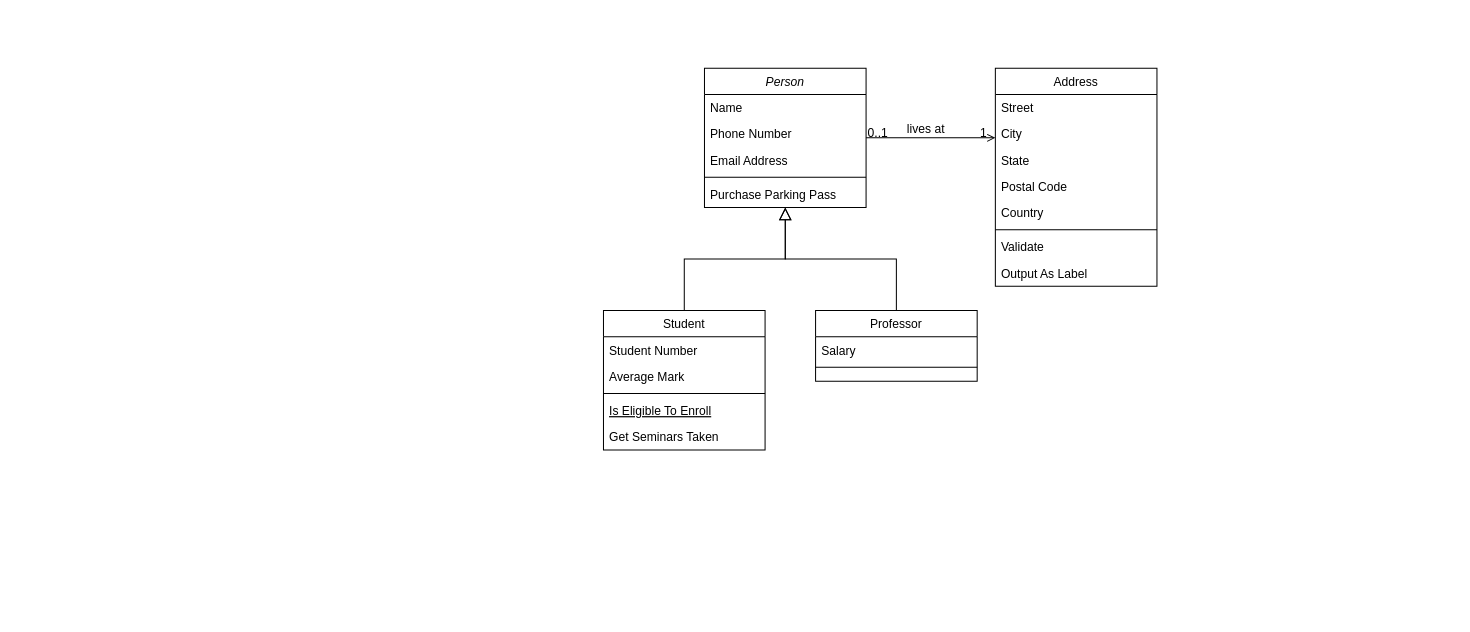
This is diag clases.drawio from KeiKurono96/Experiencias3, a draw.io file, before an edit. Source tidied: cells renumbered, new cells numbered last; positions are measured from the earlier drawing's top-left corner, leaving out a move shared by most shapes. Both pictures are drawn from the tidied source at 101%, with x=0, y=0 at pixel (603, 68).
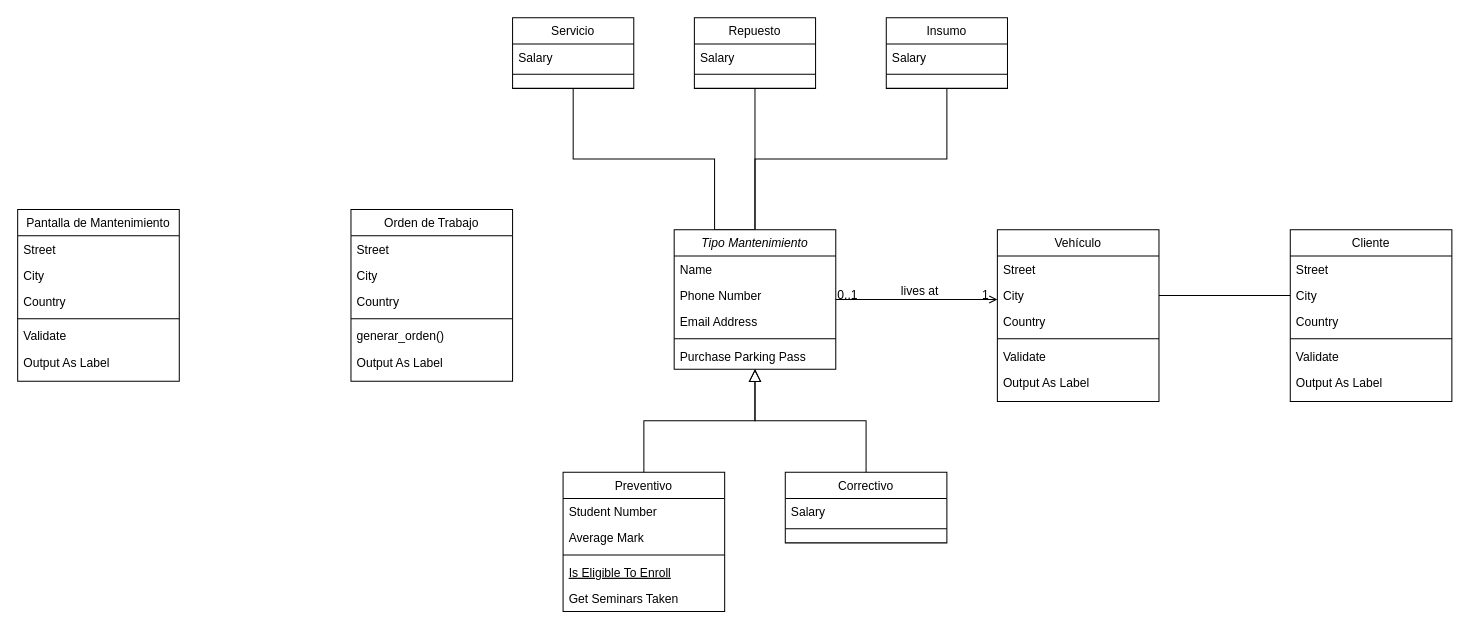
After the change.

The change refers to these unchanged cells:
```xml
<mxCell id="21" value="City" style="text;align=left;verticalAlign=top;spacingLeft=4;spacingRight=4;overflow=hidden;points=[[0,0.5],[1,0.5]];portConstraint=eastwest;rounded=0;shadow=0;html=0;" parent="19" vertex="1">
  <mxGeometry y="52" width="160" height="26" as="geometry" />
</mxCell>
```

What changed in the source:
```diff
@@
+    <mxCell id="32" style="edgeStyle=orthogonalEdgeStyle;rounded=0;jettySize=auto;html=1;entryX=0.5;entryY=1;entryDx=0;entryDy=0;endArrow=none;endFill=0;exitX=0.5;exitY=0;exitDx=0;exitDy=0;" parent="1" edge="1" source="2" target="35">
+      <mxGeometry relative="1" as="geometry">
+        <Array as="points">
+          <mxPoint x="110" y="160" />
+          <mxPoint x="110" y="90" />
+          <mxPoint x="-30" y="90" />
+        </Array>
+      </mxGeometry>
+    </mxCell>
+    <mxCell id="33" style="edgeStyle=orthogonalEdgeStyle;shape=connector;rounded=0;jettySize=auto;html=1;entryX=0.5;entryY=1;entryDx=0;entryDy=0;labelBackgroundColor=default;strokeColor=default;fontFamily=Helvetica;fontSize=11;fontColor=default;endArrow=none;endFill=0;" parent="1" edge="1" source="2" target="38">
+      <mxGeometry relative="1" as="geometry" />
+    </mxCell>
+    <mxCell id="34" style="edgeStyle=orthogonalEdgeStyle;shape=connector;rounded=0;jettySize=auto;html=1;entryX=0.5;entryY=1;entryDx=0;entryDy=0;labelBackgroundColor=default;strokeColor=default;fontFamily=Helvetica;fontSize=11;fontColor=default;endArrow=none;endFill=0;" parent="1" edge="1" source="2" target="41">
+      <mxGeometry relative="1" as="geometry">
+        <Array as="points">
+          <mxPoint x="150" y="90" />
+          <mxPoint x="340" y="90" />
+        </Array>
+      </mxGeometry>
+    </mxCell>
-    <mxCell id="2" value="Person" style="swimlane;fontStyle=2;align=center;verticalAlign=top;horizontal=1;startSize=26;rounded=0;shadow=0;strokeWidth=1;" parent="1" vertex="1">
-      <mxGeometry x="100" width="160" height="138" as="geometry" />
+    <mxCell id="2" value="Tipo Mantenimiento" style="swimlane;fontStyle=2;align=center;verticalAlign=top;horizontal=1;startSize=26;rounded=0;shadow=0;strokeWidth=1;" parent="1" vertex="1">
+      <mxGeometry x="70" y="160" width="160" height="138" as="geometry" />
     </mxCell>
@@
-    <mxCell id="8" value="Student" style="swimlane;fontStyle=0;align=center;verticalAlign=top;horizontal=1;startSize=26;rounded=0;shadow=0;strokeWidth=1;" parent="1" vertex="1">
-      <mxGeometry y="240" width="160" height="138" as="geometry" />
+    <mxCell id="8" value="Preventivo" style="swimlane;fontStyle=0;align=center;verticalAlign=top;horizontal=1;startSize=26;rounded=0;shadow=0;strokeWidth=1;" parent="1" vertex="1">
+      <mxGeometry x="-40" y="400" width="160" height="138" as="geometry" />
     </mxCell>
@@
-    <mxCell id="15" value="Professor" style="swimlane;fontStyle=0;align=center;verticalAlign=top;horizontal=1;startSize=26;rounded=0;shadow=0;strokeWidth=1;" parent="1" vertex="1">
-      <mxGeometry x="210" y="240" width="160" height="70" as="geometry" />
+    <mxCell id="15" value="Correctivo" style="swimlane;fontStyle=0;align=center;verticalAlign=top;horizontal=1;startSize=26;rounded=0;shadow=0;strokeWidth=1;" parent="1" vertex="1">
+      <mxGeometry x="180" y="400" width="160" height="70" as="geometry" />
     </mxCell>
@@
-    <mxCell id="19" value="Address" style="swimlane;fontStyle=0;align=center;verticalAlign=top;horizontal=1;startSize=26;rounded=0;shadow=0;strokeWidth=1;" parent="1" vertex="1">
-      <mxGeometry x="388" width="160" height="216" as="geometry" />
+    <mxCell id="19" value="Vehículo" style="swimlane;fontStyle=0;align=center;verticalAlign=top;horizontal=1;startSize=26;rounded=0;shadow=0;strokeWidth=1;" parent="1" vertex="1">
+      <mxGeometry x="390" y="160" width="160" height="170" as="geometry" />
     </mxCell>
@@
-    <mxCell id="22" value="State" style="text;align=left;verticalAlign=top;spacingLeft=4;spacingRight=4;overflow=hidden;rounded=0;shadow=0;html=0;" parent="19" vertex="1">
-      <mxGeometry y="78" width="160" height="26" as="geometry" />
-    </mxCell>
-    <mxCell id="23" value="Postal Code" style="text;align=left;verticalAlign=top;spacingLeft=4;spacingRight=4;overflow=hidden;rounded=0;shadow=0;html=0;" parent="19" vertex="1">
-      <mxGeometry y="104" width="160" height="26" as="geometry" />
-    </mxCell>
     <mxCell id="24" value="Country" style="text;align=left;verticalAlign=top;spacingLeft=4;spacingRight=4;overflow=hidden;rounded=0;shadow=0;html=0;" parent="19" vertex="1">
-      <mxGeometry y="130" width="160" height="26" as="geometry" />
+      <mxGeometry y="78" width="160" height="26" as="geometry" />
     </mxCell>
     <mxCell id="25" style="line;html=1;strokeWidth=1;align=left;verticalAlign=middle;spacingTop=-1;spacingLeft=3;spacingRight=3;labelPosition=right;" parent="19" vertex="1">
-      <mxGeometry y="156" width="160" height="8" as="geometry" />
+      <mxGeometry y="104" width="160" height="8" as="geometry" />
     </mxCell>
     <mxCell id="26" value="Validate" style="text;align=left;verticalAlign=top;spacingLeft=4;spacingRight=4;overflow=hidden;" parent="19" vertex="1">
-      <mxGeometry y="164" width="160" height="26" as="geometry" />
+      <mxGeometry y="112" width="160" height="26" as="geometry" />
     </mxCell>
     <mxCell id="27" value="Output As Label" style="text;align=left;verticalAlign=top;spacingLeft=4;spacingRight=4;overflow=hidden;" parent="19" vertex="1">
-      <mxGeometry y="190" width="160" height="26" as="geometry" />
+      <mxGeometry y="138" width="160" height="26" as="geometry" />
     </mxCell>
@@
+    <mxCell id="35" value="Servicio" style="swimlane;fontStyle=0;align=center;verticalAlign=top;horizontal=1;startSize=26;rounded=0;shadow=0;strokeWidth=1;" parent="1" vertex="1">
+      <mxGeometry x="-90" y="-50" width="120" height="70" as="geometry" />
+    </mxCell>
+    <mxCell id="36" value="Salary" style="text;align=left;verticalAlign=top;spacingLeft=4;spacingRight=4;overflow=hidden;" parent="35" vertex="1">
+      <mxGeometry y="26" width="120" height="26" as="geometry" />
+    </mxCell>
+    <mxCell id="37" style="line;html=1;strokeWidth=1;align=left;verticalAlign=middle;spacingTop=-1;spacingLeft=3;spacingRight=3;labelPosition=right;" parent="35" vertex="1">
+      <mxGeometry y="52" width="120" height="8" as="geometry" />
+    </mxCell>
+    <mxCell id="38" value="Repuesto" style="swimlane;fontStyle=0;align=center;verticalAlign=top;horizontal=1;startSize=26;rounded=0;shadow=0;strokeWidth=1;" parent="1" vertex="1">
+      <mxGeometry x="90" y="-50" width="120" height="70" as="geometry" />
+    </mxCell>
+    <mxCell id="39" value="Salary" style="text;align=left;verticalAlign=top;spacingLeft=4;spacingRight=4;overflow=hidden;" parent="38" vertex="1">
+      <mxGeometry y="26" width="120" height="26" as="geometry" />
+    </mxCell>
+    <mxCell id="40" style="line;html=1;strokeWidth=1;align=left;verticalAlign=middle;spacingTop=-1;spacingLeft=3;spacingRight=3;labelPosition=right;" parent="38" vertex="1">
+      <mxGeometry y="52" width="120" height="8" as="geometry" />
+    </mxCell>
+    <mxCell id="41" value="Insumo" style="swimlane;fontStyle=0;align=center;verticalAlign=top;horizontal=1;startSize=26;rounded=0;shadow=0;strokeWidth=1;" parent="1" vertex="1">
+      <mxGeometry x="280" y="-50" width="120" height="70" as="geometry" />
+    </mxCell>
+    <mxCell id="42" value="Salary" style="text;align=left;verticalAlign=top;spacingLeft=4;spacingRight=4;overflow=hidden;" parent="41" vertex="1">
+      <mxGeometry y="26" width="120" height="26" as="geometry" />
+    </mxCell>
+    <mxCell id="43" style="line;html=1;strokeWidth=1;align=left;verticalAlign=middle;spacingTop=-1;spacingLeft=3;spacingRight=3;labelPosition=right;" parent="41" vertex="1">
+      <mxGeometry y="52" width="120" height="8" as="geometry" />
+    </mxCell>
+    <mxCell id="44" value="Orden de Trabajo" style="swimlane;fontStyle=0;align=center;verticalAlign=top;horizontal=1;startSize=26;rounded=0;shadow=0;strokeWidth=1;" parent="1" vertex="1">
+      <mxGeometry x="-250" y="140" width="160" height="170" as="geometry" />
+    </mxCell>
+    <mxCell id="45" value="Street" style="text;align=left;verticalAlign=top;spacingLeft=4;spacingRight=4;overflow=hidden;" parent="44" vertex="1">
+      <mxGeometry y="26" width="160" height="26" as="geometry" />
+    </mxCell>
+    <mxCell id="46" value="City" style="text;align=left;verticalAlign=top;spacingLeft=4;spacingRight=4;overflow=hidden;rounded=0;shadow=0;html=0;" parent="44" vertex="1">
+      <mxGeometry y="52" width="160" height="26" as="geometry" />
+    </mxCell>
+    <mxCell id="47" value="Country" style="text;align=left;verticalAlign=top;spacingLeft=4;spacingRight=4;overflow=hidden;rounded=0;shadow=0;html=0;" parent="44" vertex="1">
+      <mxGeometry y="78" width="160" height="26" as="geometry" />
+    </mxCell>
+    <mxCell id="48" style="line;html=1;strokeWidth=1;align=left;verticalAlign=middle;spacingTop=-1;spacingLeft=3;spacingRight=3;labelPosition=right;" parent="44" vertex="1">
+      <mxGeometry y="104" width="160" height="8" as="geometry" />
+    </mxCell>
+    <mxCell id="49" value="generar_orden()" style="text;align=left;verticalAlign=top;spacingLeft=4;spacingRight=4;overflow=hidden;" parent="44" vertex="1">
+      <mxGeometry y="112" width="160" height="26" as="geometry" />
+    </mxCell>
+    <mxCell id="50" value="Output As Label" style="text;align=left;verticalAlign=top;spacingLeft=4;spacingRight=4;overflow=hidden;" parent="44" vertex="1">
+      <mxGeometry y="138" width="160" height="26" as="geometry" />
+    </mxCell>
+    <mxCell id="51" value="Pantalla de Mantenimiento" style="swimlane;fontStyle=0;align=center;verticalAlign=top;horizontal=1;startSize=26;rounded=0;shadow=0;strokeWidth=1;" parent="1" vertex="1">
+      <mxGeometry x="-580" y="140" width="160" height="170" as="geometry" />
+    </mxCell>
+    <mxCell id="52" value="Street" style="text;align=left;verticalAlign=top;spacingLeft=4;spacingRight=4;overflow=hidden;" parent="51" vertex="1">
+      <mxGeometry y="26" width="160" height="26" as="geometry" />
+    </mxCell>
+    <mxCell id="53" value="City" style="text;align=left;verticalAlign=top;spacingLeft=4;spacingRight=4;overflow=hidden;rounded=0;shadow=0;html=0;" parent="51" vertex="1">
+      <mxGeometry y="52" width="160" height="26" as="geometry" />
+    </mxCell>
+    <mxCell id="54" value="Country" style="text;align=left;verticalAlign=top;spacingLeft=4;spacingRight=4;overflow=hidden;rounded=0;shadow=0;html=0;" parent="51" vertex="1">
+      <mxGeometry y="78" width="160" height="26" as="geometry" />
+    </mxCell>
+    <mxCell id="55" style="line;html=1;strokeWidth=1;align=left;verticalAlign=middle;spacingTop=-1;spacingLeft=3;spacingRight=3;labelPosition=right;" parent="51" vertex="1">
+      <mxGeometry y="104" width="160" height="8" as="geometry" />
+    </mxCell>
+    <mxCell id="56" value="Validate" style="text;align=left;verticalAlign=top;spacingLeft=4;spacingRight=4;overflow=hidden;" parent="51" vertex="1">
+      <mxGeometry y="112" width="160" height="26" as="geometry" />
+    </mxCell>
+    <mxCell id="57" value="Output As Label" style="text;align=left;verticalAlign=top;spacingLeft=4;spacingRight=4;overflow=hidden;" parent="51" vertex="1">
+      <mxGeometry y="138" width="160" height="26" as="geometry" />
+    </mxCell>
+    <mxCell id="58" value="Cliente" style="swimlane;fontStyle=0;align=center;verticalAlign=top;horizontal=1;startSize=26;rounded=0;shadow=0;strokeWidth=1;" parent="1" vertex="1">
+      <mxGeometry x="680" y="160" width="160" height="170" as="geometry" />
+    </mxCell>
+    <mxCell id="59" value="Street" style="text;align=left;verticalAlign=top;spacingLeft=4;spacingRight=4;overflow=hidden;" parent="58" vertex="1">
+      <mxGeometry y="26" width="160" height="26" as="geometry" />
+    </mxCell>
+    <mxCell id="60" value="City" style="text;align=left;verticalAlign=top;spacingLeft=4;spacingRight=4;overflow=hidden;points=[[0,0.5],[1,0.5]];portConstraint=eastwest;rounded=0;shadow=0;html=0;" parent="58" vertex="1">
+      <mxGeometry y="52" width="160" height="26" as="geometry" />
+    </mxCell>
+    <mxCell id="61" value="Country" style="text;align=left;verticalAlign=top;spacingLeft=4;spacingRight=4;overflow=hidden;rounded=0;shadow=0;html=0;" parent="58" vertex="1">
+      <mxGeometry y="78" width="160" height="26" as="geometry" />
+    </mxCell>
+    <mxCell id="62" style="line;html=1;strokeWidth=1;align=left;verticalAlign=middle;spacingTop=-1;spacingLeft=3;spacingRight=3;labelPosition=right;" parent="58" vertex="1">
+      <mxGeometry y="104" width="160" height="8" as="geometry" />
+    </mxCell>
+    <mxCell id="63" value="Validate" style="text;align=left;verticalAlign=top;spacingLeft=4;spacingRight=4;overflow=hidden;" parent="58" vertex="1">
+      <mxGeometry y="112" width="160" height="26" as="geometry" />
+    </mxCell>
+    <mxCell id="64" value="Output As Label" style="text;align=left;verticalAlign=top;spacingLeft=4;spacingRight=4;overflow=hidden;" parent="58" vertex="1">
+      <mxGeometry y="138" width="160" height="26" as="geometry" />
+    </mxCell>
+    <mxCell id="65" style="edgeStyle=orthogonalEdgeStyle;shape=connector;rounded=0;jettySize=auto;html=1;entryX=0;entryY=0.5;entryDx=0;entryDy=0;labelBackgroundColor=default;strokeColor=default;fontFamily=Helvetica;fontSize=11;fontColor=default;endArrow=none;endFill=0;" parent="1" edge="1" source="21" target="60">
+      <mxGeometry relative="1" as="geometry" />
+    </mxCell>
```
